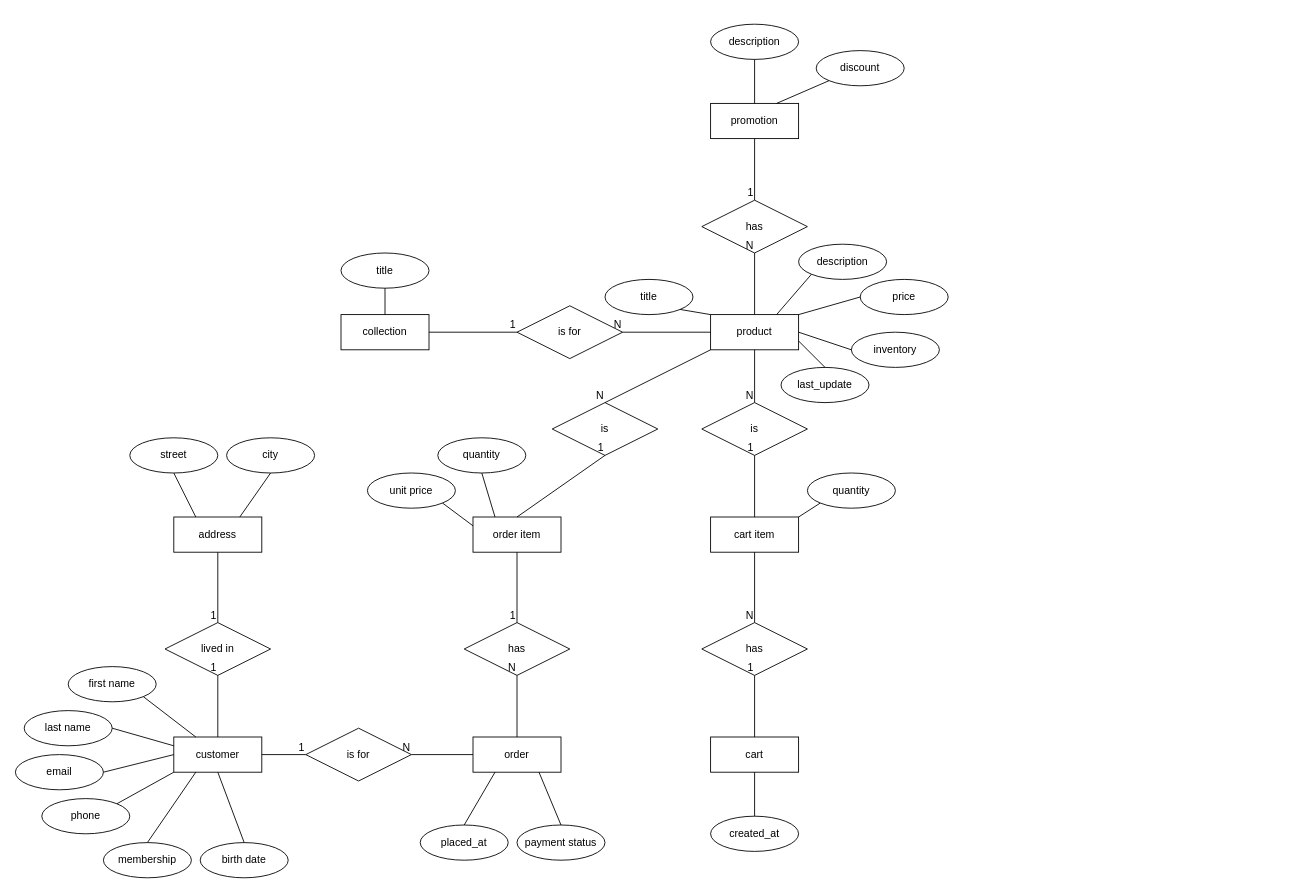
farzaddm/django-shop keeps this draw.io diagram as django-e-commer.drawio. Above is the earlier version. Source tidied: cells renumbered, new cells numbered last; positions are measured from the earlier drawing's top-left corner, leaving out a move shared by most shapes. Both pictures are drawn from the tidied source at 88%, with x=0, y=0 at pixel (15, 24).
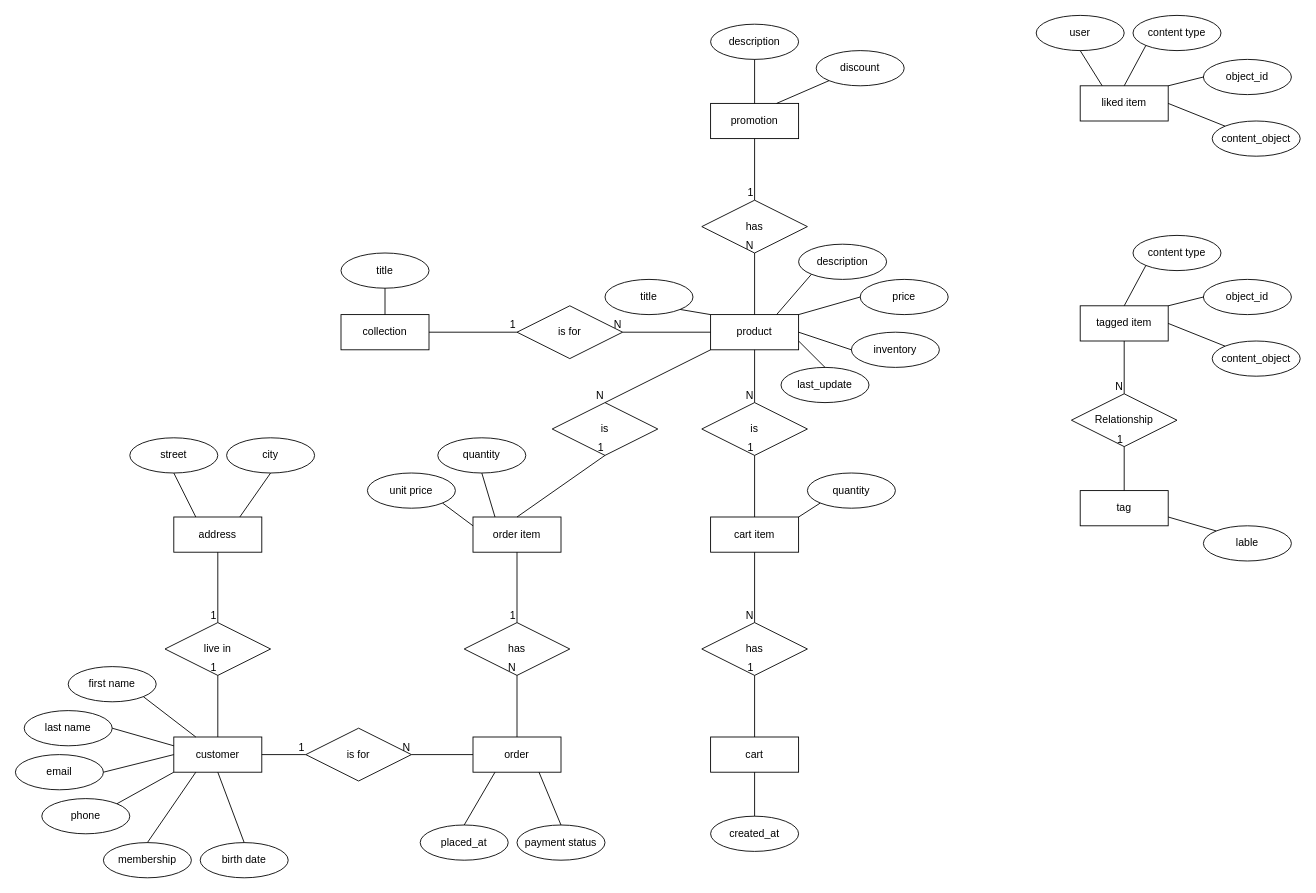
Above is the later version.

Commit message (it also covers changes not shown here):
update the er model & finial database schema

Diff of the diagram source:
```diff
@@
-<mxGraphModel>
+<mxGraphModel background="#ffffff">
@@
-    <mxCell id="49" value="lived in" style="shape=rhombus;perimeter=rhombusPerimeter;whiteSpace=wrap;html=1;align=center;" parent="1" vertex="1">
+    <mxCell id="49" value="live in" style="shape=rhombus;perimeter=rhombusPerimeter;whiteSpace=wrap;html=1;align=center;" parent="1" vertex="1">
       <mxGeometry x="170" y="680" width="120" height="60" as="geometry" />
     </mxCell>
@@
+    <mxCell id="95" value="liked item" style="whiteSpace=wrap;html=1;align=center;" parent="1" vertex="1">
+      <mxGeometry x="1210" y="70" width="100" height="40" as="geometry" />
+    </mxCell>
+    <mxCell id="96" value="user" style="ellipse;whiteSpace=wrap;html=1;align=center;" parent="1" vertex="1">
+      <mxGeometry x="1160" y="-10" width="100" height="40" as="geometry" />
+    </mxCell>
+    <mxCell id="97" value="content type" style="ellipse;whiteSpace=wrap;html=1;align=center;" parent="1" vertex="1">
+      <mxGeometry x="1270" y="-10" width="100" height="40" as="geometry" />
+    </mxCell>
+    <mxCell id="98" value="object_id" style="ellipse;whiteSpace=wrap;html=1;align=center;" parent="1" vertex="1">
+      <mxGeometry x="1350" y="40" width="100" height="40" as="geometry" />
+    </mxCell>
+    <mxCell id="99" value="content_object" style="ellipse;whiteSpace=wrap;html=1;align=center;" parent="1" vertex="1">
+      <mxGeometry x="1360" y="110" width="100" height="40" as="geometry" />
+    </mxCell>
+    <mxCell id="100" value="tagged item" style="whiteSpace=wrap;html=1;align=center;" parent="1" vertex="1">
+      <mxGeometry x="1210" y="320" width="100" height="40" as="geometry" />
+    </mxCell>
+    <mxCell id="101" value="content type" style="ellipse;whiteSpace=wrap;html=1;align=center;" parent="1" vertex="1">
+      <mxGeometry x="1270" y="240" width="100" height="40" as="geometry" />
+    </mxCell>
+    <mxCell id="102" value="object_id" style="ellipse;whiteSpace=wrap;html=1;align=center;" parent="1" vertex="1">
+      <mxGeometry x="1350" y="290" width="100" height="40" as="geometry" />
+    </mxCell>
+    <mxCell id="103" value="content_object" style="ellipse;whiteSpace=wrap;html=1;align=center;" parent="1" vertex="1">
+      <mxGeometry x="1360" y="360" width="100" height="40" as="geometry" />
+    </mxCell>
+    <mxCell id="104" value="tag" style="whiteSpace=wrap;html=1;align=center;" parent="1" vertex="1">
+      <mxGeometry x="1210" y="530" width="100" height="40" as="geometry" />
+    </mxCell>
+    <mxCell id="105" value="lable" style="ellipse;whiteSpace=wrap;html=1;align=center;" parent="1" vertex="1">
+      <mxGeometry x="1350" y="570" width="100" height="40" as="geometry" />
+    </mxCell>
+    <mxCell id="106" style="endArrow=none;html=1;rounded=0;entryX=0.5;entryY=1;entryDx=0;entryDy=0;exitX=0.25;exitY=0;exitDx=0;exitDy=0;" parent="1" edge="1" source="95" target="96">
+      <mxGeometry relative="1" as="geometry" />
+    </mxCell>
+    <mxCell id="107" style="endArrow=none;html=1;rounded=0;entryX=0;entryY=1;entryDx=0;entryDy=0;exitX=0.5;exitY=0;exitDx=0;exitDy=0;" parent="1" edge="1" source="95" target="97">
+      <mxGeometry relative="1" as="geometry" />
+    </mxCell>
+    <mxCell id="108" style="endArrow=none;html=1;rounded=0;entryX=0;entryY=0.5;entryDx=0;entryDy=0;exitX=1;exitY=0;exitDx=0;exitDy=0;" parent="1" edge="1" source="95" target="98">
+      <mxGeometry relative="1" as="geometry" />
+    </mxCell>
+    <mxCell id="109" style="endArrow=none;html=1;rounded=0;entryX=0;entryY=0;entryDx=0;entryDy=0;exitX=1;exitY=0.5;exitDx=0;exitDy=0;" parent="1" edge="1" source="95" target="99">
+      <mxGeometry relative="1" as="geometry" />
+    </mxCell>
+    <mxCell id="110" value="Relationship" style="shape=rhombus;perimeter=rhombusPerimeter;whiteSpace=wrap;html=1;align=center;" parent="1" vertex="1">
+      <mxGeometry x="1200" y="420" width="120" height="60" as="geometry" />
+    </mxCell>
+    <mxCell id="111" style="endArrow=none;html=1;rounded=0;entryX=0;entryY=1;entryDx=0;entryDy=0;exitX=0.5;exitY=0;exitDx=0;exitDy=0;" parent="1" edge="1" source="100" target="101">
+      <mxGeometry relative="1" as="geometry" />
+    </mxCell>
+    <mxCell id="112" style="endArrow=none;html=1;rounded=0;entryX=0;entryY=0.5;entryDx=0;entryDy=0;" parent="1" edge="1" target="102">
+      <mxGeometry relative="1" as="geometry">
+        <mxPoint x="1310" y="320" as="sourcePoint" />
+      </mxGeometry>
+    </mxCell>
+    <mxCell id="113" style="endArrow=none;html=1;rounded=0;entryX=0;entryY=0;entryDx=0;entryDy=0;exitX=1;exitY=0.5;exitDx=0;exitDy=0;" parent="1" edge="1" source="100" target="103">
+      <mxGeometry relative="1" as="geometry" />
+    </mxCell>
+    <mxCell id="114" style="endArrow=none;html=1;rounded=0;entryX=0.5;entryY=0;entryDx=0;entryDy=0;exitX=0.5;exitY=1;exitDx=0;exitDy=0;" parent="1" edge="1" source="100" target="110">
+      <mxGeometry relative="1" as="geometry" />
+    </mxCell>
+    <mxCell id="115" value="N" style="html=1;whiteSpace=wrap;align=right;verticalAlign=bottom;" parent="114" vertex="1">
+      <mxGeometry x="1" relative="1" as="geometry" />
+    </mxCell>
+    <mxCell id="116" style="endArrow=none;html=1;rounded=0;entryX=0.5;entryY=1;entryDx=0;entryDy=0;exitX=0.5;exitY=0;exitDx=0;exitDy=0;" parent="1" edge="1" source="104" target="110">
+      <mxGeometry relative="1" as="geometry" />
+    </mxCell>
+    <mxCell id="117" value="1" style="html=1;whiteSpace=wrap;align=right;verticalAlign=bottom;" parent="116" vertex="1">
+      <mxGeometry x="1" relative="1" as="geometry" />
+    </mxCell>
+    <mxCell id="118" style="endArrow=none;html=1;rounded=0;entryX=0;entryY=0;entryDx=0;entryDy=0;exitX=1;exitY=0.75;exitDx=0;exitDy=0;" parent="1" edge="1" source="104" target="105">
+      <mxGeometry relative="1" as="geometry" />
+    </mxCell>
```
